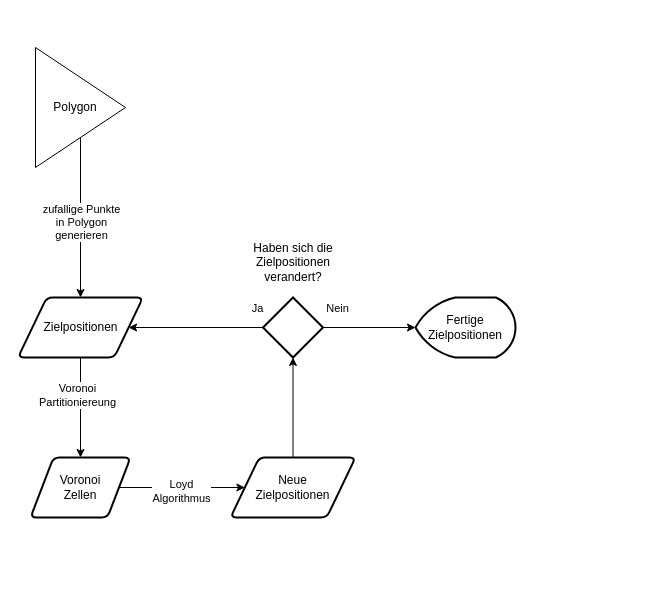
Earlier version of the draw.io diagram diagrams/goal_positions.drawio (MariiaPoliakovaa/RobotFormations). Source tidied: cells renumbered, new cells numbered last; positions are measured from the earlier drawing's top-left corner, leaving out a move shared by most shapes. Both pictures are drawn from the tidied source at 100%, with x=0, y=0 at pixel (17, 47).
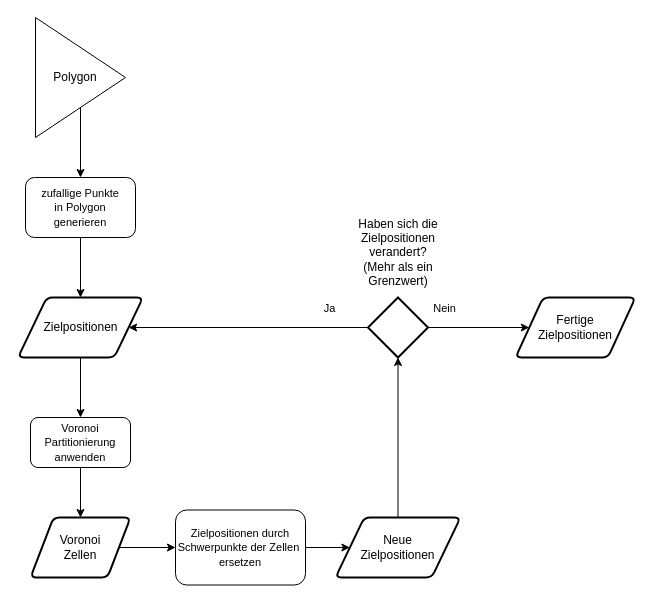
The same page after the edit.

The change refers to these unchanged cells:
```xml
<mxCell id="7" value="Zielpositionen" style="shape=parallelogram;html=1;strokeWidth=2;perimeter=parallelogramPerimeter;whiteSpace=wrap;rounded=1;arcSize=12;size=0.23;" parent="1" vertex="1">
  <mxGeometry x="0.5" y="250" width="125" height="60" as="geometry" />
</mxCell>
```

The edit, as a diff of the source:
```diff
@@
-    <mxCell id="2" style="edgeStyle=orthogonalEdgeStyle;rounded=0;jettySize=auto;html=1;" parent="1" edge="1" source="4" target="7">
-      <mxGeometry relative="1" as="geometry" />
-    </mxCell>
-    <mxCell id="3" value="zufallige Punkte&lt;br&gt;in Polygon&lt;br&gt;generieren" style="edgeLabel;html=1;align=center;verticalAlign=middle;points=[];" parent="2" vertex="1">
-      <mxGeometry x="-0.08" y="1" relative="1" as="geometry">
-        <mxPoint x="-1" y="10" as="offset" />
-      </mxGeometry>
-    </mxCell>
+    <mxCell id="20" style="edgeStyle=orthogonalEdgeStyle;rounded=0;jettySize=auto;html=1;" parent="1" edge="1" source="4" target="3">
+      <mxGeometry relative="1" as="geometry" />
+    </mxCell>
     <mxCell id="4" value="Polygon&amp;nbsp; &amp;nbsp;" style="triangle;whiteSpace=wrap;html=1;" parent="1" vertex="1">
-      <mxGeometry x="18" width="90" height="120" as="geometry" />
+      <mxGeometry x="18" y="-30" width="90" height="120" as="geometry" />
     </mxCell>
-    <mxCell id="5" style="edgeStyle=orthogonalEdgeStyle;rounded=0;jettySize=auto;html=1;" parent="1" edge="1" source="7" target="10">
-      <mxGeometry relative="1" as="geometry" />
-    </mxCell>
-    <mxCell id="6" value="Voronoi&lt;br&gt;Partitioniereung" style="edgeLabel;html=1;align=center;verticalAlign=middle;" parent="5" vertex="1">
-      <mxGeometry x="-0.26" y="-4" relative="1" as="geometry" />
-    </mxCell>
+    <mxCell id="21" style="edgeStyle=orthogonalEdgeStyle;rounded=0;jettySize=auto;html=1;" parent="1" edge="1" source="7" target="25">
+      <mxGeometry relative="1" as="geometry" />
+    </mxCell>
@@
-    <mxCell id="8" style="edgeStyle=orthogonalEdgeStyle;rounded=0;jettySize=auto;html=1;" parent="1" edge="1" source="10" target="14">
-      <mxGeometry relative="1" as="geometry" />
-    </mxCell>
-    <mxCell id="9" value="Loyd&lt;br&gt;Algorithmus" style="edgeLabel;html=1;align=center;verticalAlign=middle;" parent="8" vertex="1">
-      <mxGeometry x="-0.02" y="-3" relative="1" as="geometry" />
-    </mxCell>
+    <mxCell id="22" style="edgeStyle=orthogonalEdgeStyle;rounded=0;jettySize=auto;html=1;" parent="1" edge="1" source="10" target="27">
+      <mxGeometry relative="1" as="geometry" />
+    </mxCell>
     <mxCell id="10" value="Voronoi&lt;br&gt;Zellen" style="shape=parallelogram;html=1;strokeWidth=2;perimeter=parallelogramPerimeter;whiteSpace=wrap;rounded=1;arcSize=12;size=0.23;" parent="1" vertex="1">
-      <mxGeometry x="13" y="410" width="100" height="60" as="geometry" />
+      <mxGeometry x="13" y="470" width="100" height="60" as="geometry" />
     </mxCell>
@@
     <mxCell id="13" style="strokeWidth=2;html=1;shape=mxgraph.flowchart.decision;whiteSpace=wrap;spacingBottom=14;" parent="1" vertex="1">
-      <mxGeometry x="245.5" y="250" width="60" height="60" as="geometry" />
+      <mxGeometry x="350.5" y="250" width="60" height="60" as="geometry" />
     </mxCell>
+    <mxCell id="16" style="edgeStyle=orthogonalEdgeStyle;rounded=0;jettySize=auto;html=1;" parent="1" edge="1" source="14" target="13">
+      <mxGeometry relative="1" as="geometry" />
+    </mxCell>
     <mxCell id="14" value="Neue&lt;br&gt;Zielpositionen" style="shape=parallelogram;html=1;strokeWidth=2;perimeter=parallelogramPerimeter;whiteSpace=wrap;rounded=1;arcSize=12;size=0.23;" parent="1" vertex="1">
-      <mxGeometry x="213" y="410" width="125" height="60" as="geometry" />
+      <mxGeometry x="318" y="470" width="125" height="60" as="geometry" />
     </mxCell>
-    <mxCell id="15" value="Haben sich die Zielpositionen verandert?" style="text;html=1;strokeColor=none;fillColor=none;align=center;verticalAlign=middle;whiteSpace=wrap;rounded=0;" parent="1" vertex="1">
-      <mxGeometry x="225.5" y="200" width="100" height="30" as="geometry" />
+    <mxCell id="15" value="Haben sich die Zielpositionen verandert?&lt;br&gt;(Mehr als ein Grenzwert)" style="text;html=1;strokeColor=none;fillColor=none;align=center;verticalAlign=middle;whiteSpace=wrap;rounded=0;" parent="1" vertex="1">
+      <mxGeometry x="330.5" y="190" width="100" height="30" as="geometry" />
     </mxCell>
-    <mxCell id="16" style="edgeStyle=orthogonalEdgeStyle;rounded=0;jettySize=auto;html=1;entryX=0.5;entryY=1;entryDx=0;entryDy=0;entryPerimeter=0;" parent="1" edge="1" source="14" target="13">
-      <mxGeometry relative="1" as="geometry" />
-    </mxCell>
-    <mxCell id="17" value="Fertige&lt;br&gt;Zielpositionen" style="strokeWidth=2;html=1;shape=mxgraph.flowchart.display;whiteSpace=wrap;" parent="1" vertex="1">
-      <mxGeometry x="398" y="250" width="100" height="60" as="geometry" />
-    </mxCell>
-    <mxCell id="18" style="edgeStyle=orthogonalEdgeStyle;rounded=0;jettySize=auto;html=1;entryX=0;entryY=0.5;entryDx=0;entryDy=0;entryPerimeter=0;" parent="1" edge="1" source="13" target="17">
+    <mxCell id="18" style="edgeStyle=orthogonalEdgeStyle;rounded=0;jettySize=auto;html=1;" parent="1" edge="1" source="13" target="17">
       <mxGeometry relative="1" as="geometry" />
     </mxCell>
@@
+    <mxCell id="23" style="edgeStyle=orthogonalEdgeStyle;rounded=0;jettySize=auto;html=1;" parent="1" edge="1" source="3" target="7">
+      <mxGeometry relative="1" as="geometry" />
+    </mxCell>
+    <mxCell id="3" value="&lt;span style=&quot;font-size: 11px; text-wrap: nowrap; background-color: rgb(255, 255, 255);&quot;&gt;zufallige Punkte&lt;/span&gt;&lt;br style=&quot;font-size: 11px; text-wrap: nowrap;&quot;&gt;&lt;span style=&quot;font-size: 11px; text-wrap: nowrap; background-color: rgb(255, 255, 255);&quot;&gt;in Polygon&lt;/span&gt;&lt;br style=&quot;font-size: 11px; text-wrap: nowrap;&quot;&gt;&lt;span style=&quot;font-size: 11px; text-wrap: nowrap; background-color: rgb(255, 255, 255);&quot;&gt;generieren&lt;/span&gt;" style="rounded=1;whiteSpace=wrap;html=1;" parent="1" vertex="1">
+      <mxGeometry x="8" y="130" width="110" height="60" as="geometry" />
+    </mxCell>
+    <mxCell id="24" style="edgeStyle=orthogonalEdgeStyle;rounded=0;jettySize=auto;html=1;" parent="1" edge="1" source="25" target="10">
+      <mxGeometry relative="1" as="geometry" />
+    </mxCell>
+    <mxCell id="25" value="&lt;span style=&quot;font-size: 11px; text-wrap: nowrap; background-color: rgb(255, 255, 255);&quot;&gt;Voronoi&lt;/span&gt;&lt;br style=&quot;font-size: 11px; text-wrap: nowrap;&quot;&gt;&lt;span style=&quot;font-size: 11px; text-wrap: nowrap; background-color: rgb(255, 255, 255);&quot;&gt;Partitionierung&lt;/span&gt;&lt;div&gt;&lt;span style=&quot;font-size: 11px; text-wrap: nowrap; background-color: rgb(255, 255, 255);&quot;&gt;anwenden&lt;/span&gt;&lt;/div&gt;" style="rounded=1;whiteSpace=wrap;html=1;" parent="1" vertex="1">
+      <mxGeometry x="13" y="370" width="100" height="50" as="geometry" />
+    </mxCell>
+    <mxCell id="26" style="edgeStyle=orthogonalEdgeStyle;rounded=0;jettySize=auto;html=1;" parent="1" edge="1" source="27" target="14">
+      <mxGeometry relative="1" as="geometry" />
+    </mxCell>
+    <mxCell id="27" value="&lt;span style=&quot;font-size: 11px; text-wrap: nowrap; background-color: rgb(255, 255, 255);&quot;&gt;Zielpositionen durch&lt;br&gt;Schwerpunkte der Zellen&amp;nbsp;&lt;br&gt;ersetzen&lt;/span&gt;" style="rounded=1;whiteSpace=wrap;html=1;" parent="1" vertex="1">
+      <mxGeometry x="158" y="462.5" width="130" height="75" as="geometry" />
+    </mxCell>
+    <mxCell id="17" value="Fertige&lt;br&gt;Zielpositionen" style="shape=parallelogram;html=1;strokeWidth=2;perimeter=parallelogramPerimeter;whiteSpace=wrap;rounded=1;arcSize=12;size=0.23;" parent="1" vertex="1">
+      <mxGeometry x="498" y="250" width="120" height="60" as="geometry" />
+    </mxCell>
```
